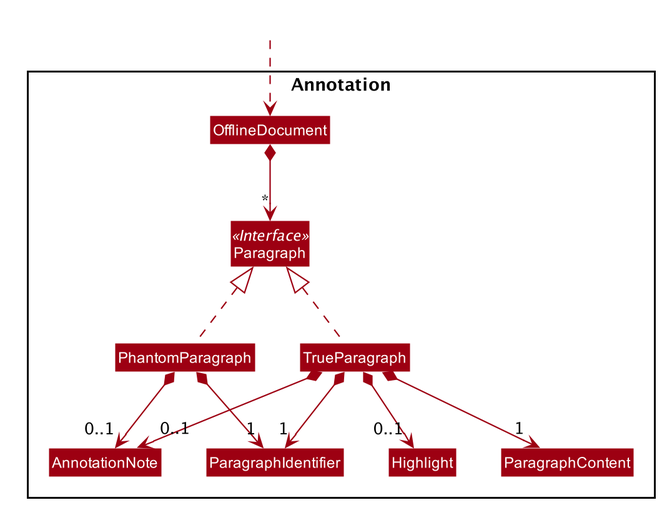
Before: docs/images/AnnotationPackageClassDiagram.png, a diagram exported from PlantUML (nus-cs2103-AY1920S1/addressbook-level3). The source it was exported from:
```plantuml
@startuml








skinparam BackgroundColor #FFFFFFF

skinparam Shadowing false

skinparam Class {
    FontColor #FFFFFF
    BorderThickness 1
    BorderColor #FFFFFF
    StereotypeFontColor #FFFFFF
    FontName Arial
}

skinparam Actor {
    BorderColor #000000
    Color #000000
    FontName Arial
}

skinparam Sequence {
    MessageAlign center
    BoxFontSize 15
    BoxPadding 0
    BoxFontColor #FFFFFF
    FontName Arial
}

skinparam Participant {
    FontColor #FFFFFFF
    Padding 20
}

skinparam MinClassWidth 50
skinparam ParticipantPadding 10
skinparam Shadowing false
skinparam DefaultTextAlignment center
skinparam packageStyle Rectangle

hide footbox
hide members
hide circle
skinparam arrowThickness 1.1
skinparam arrowColor #9D0012
skinparam classBackgroundColor #9D0012

Package Annotation {
Interface Paragraph <<Interface>>
Class AnnotationNote
Class Highlight
Class OfflineDocument
Class Paragraph
Class ParagraphContent
Class ParagraphIdentifier
Class PhantomParagraph
Class TrueParagraph
}

Class HiddenOutside #FFFFFF
HiddenOutside ..> OfflineDocument

OfflineDocument *--> "*" Paragraph
TrueParagraph .up.|> Paragraph
PhantomParagraph .up.|> Paragraph

PhantomParagraph *--> "1" ParagraphIdentifier
PhantomParagraph *--> "0..1" AnnotationNote

TrueParagraph *--> "1" ParagraphIdentifier
TrueParagraph *--> "1" ParagraphContent
TrueParagraph *--> "0..1" AnnotationNote
TrueParagraph *--> "0..1" Highlight

@enduml
```
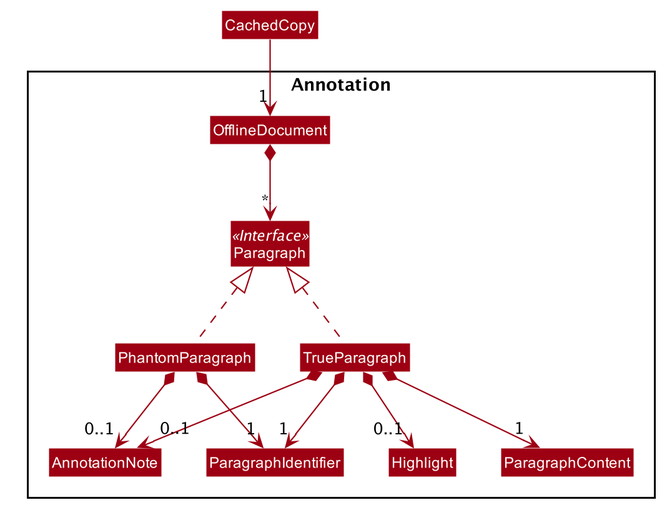
The same diagram one commit later.

Diff of the diagram source:
```diff
@@ -63,8 +63,8 @@
 Class TrueParagraph
 }
 
-Class HiddenOutside #FFFFFF
-HiddenOutside ..> OfflineDocument
+Class CachedCopy
+CachedCopy -down-> "1" OfflineDocument
 
 OfflineDocument *--> "*" Paragraph
 TrueParagraph .up.|> Paragraph
```
